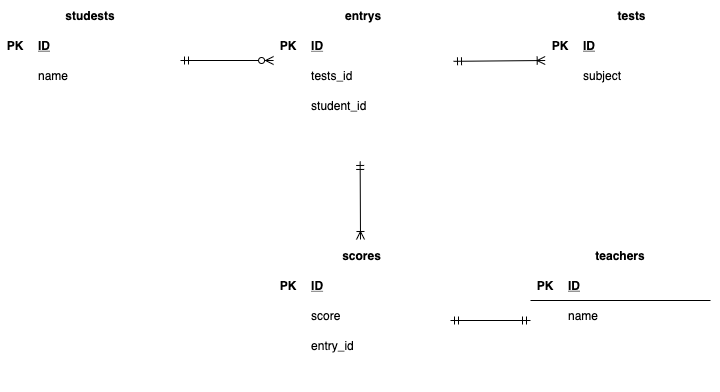
katorifuge/20210519teramoto keeps this draw.io diagram as index.drawio.png. Above is the earlier version. Source tidied: cells renumbered, new cells last; positions are measured from the earlier drawing's top-left corner, leaving out a move shared by most shapes.
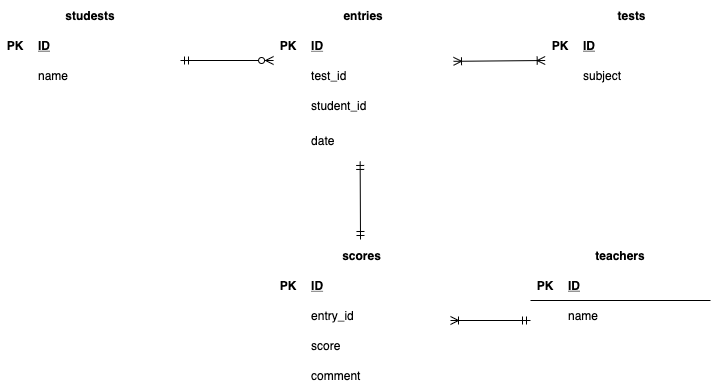
The same file after the commit.

Diff of the diagram source:
```diff
@@ -83,7 +83,7 @@
     <mxCell id="28" style="group;" parent="1" vertex="1">
       <mxGeometry x="273.1" width="180" height="140" as="geometry" />
     </mxCell>
-    <mxCell id="29" value="entrys" style="shape=table;startSize=30;rowLines=0;fontStyle=1;align=center;strokeColor=#FFFFFF;" parent="28" vertex="1">
+    <mxCell id="29" value="entries" style="shape=table;startSize=30;rowLines=0;fontStyle=1;align=center;strokeColor=#FFFFFF;" parent="28" vertex="1">
       <mxGeometry width="180" height="160" as="geometry" />
     </mxCell>
     <mxCell id="30" style="shape=partialRectangle;fillColor=none;top=0;left=0;bottom=1;right=0;strokeColor=#FFFFFF;" parent="29" vertex="1">
@@ -101,7 +101,7 @@
     <mxCell id="34" style="shape=partialRectangle;fillColor=none;top=0;left=0;bottom=0;right=0;overflow=hidden;strokeColor=#FFFFFF;" parent="33" vertex="1">
       <mxGeometry width="30" height="30" as="geometry" />
     </mxCell>
-    <mxCell id="35" value="tests_id" style="shape=partialRectangle;fillColor=none;top=0;left=0;bottom=0;right=0;align=left;spacingLeft=6;overflow=hidden;strokeColor=#FFFFFF;" parent="33" vertex="1">
+    <mxCell id="35" value="test_id" style="shape=partialRectangle;fillColor=none;top=0;left=0;bottom=0;right=0;align=left;spacingLeft=6;overflow=hidden;strokeColor=#FFFFFF;" parent="33" vertex="1">
       <mxGeometry x="30" width="150" height="30" as="geometry" />
     </mxCell>
     <mxCell id="36" style="shape=partialRectangle;fillColor=none;top=0;left=0;bottom=0;right=0;strokeColor=#FFFFFF;" parent="29" vertex="1">
@@ -119,7 +119,7 @@
     <mxCell id="40" style="shape=partialRectangle;fillColor=none;top=0;left=0;bottom=0;right=0;overflow=hidden;strokeColor=#FFFFFF;" parent="39" vertex="1">
       <mxGeometry width="30" height="40" as="geometry" />
     </mxCell>
-    <mxCell id="41" style="shape=partialRectangle;fillColor=none;top=0;left=0;bottom=0;right=0;align=left;spacingLeft=6;overflow=hidden;strokeColor=#FFFFFF;" parent="39" vertex="1">
+    <mxCell id="41" value="date" style="shape=partialRectangle;fillColor=none;top=0;left=0;bottom=0;right=0;align=left;spacingLeft=6;overflow=hidden;strokeColor=#FFFFFF;" parent="39" vertex="1">
       <mxGeometry x="30" width="150" height="40" as="geometry" />
     </mxCell>
     <mxCell id="42" style="fontSize=12;html=1;endArrow=ERzeroToMany;startArrow=ERmandOne;entryX=0;entryY=0;entryDx=0;entryDy=0;entryPerimeter=0;startFill=0;" parent="1" edge="1" target="33">
@@ -127,7 +127,7 @@
         <mxPoint x="180" y="60" as="sourcePoint" />
       </mxGeometry>
     </mxCell>
-    <mxCell id="43" style="fontSize=12;html=1;endArrow=ERmandOne;startArrow=ERoneToMany;endFill=0;startFill=0;entryX=0.481;entryY=1.024;entryDx=0;entryDy=0;entryPerimeter=0;" parent="1" edge="1" target="39">
+    <mxCell id="43" style="fontSize=12;html=1;endArrow=ERmandOne;startArrow=ERmandOne;endFill=0;startFill=0;entryX=0.481;entryY=1.024;entryDx=0;entryDy=0;entryPerimeter=0;" parent="1" edge="1" target="39">
       <mxGeometry relative="1" as="geometry">
         <mxPoint x="360" y="239" as="sourcePoint" />
       </mxGeometry>
@@ -189,7 +189,7 @@
     <mxCell id="62" style="shape=partialRectangle;fillColor=none;top=0;left=0;bottom=0;right=0;overflow=hidden;strokeColor=#FFFFFF;" parent="61" vertex="1">
       <mxGeometry width="30" height="30" as="geometry" />
     </mxCell>
-    <mxCell id="63" value="score" style="shape=partialRectangle;fillColor=none;top=0;left=0;bottom=0;right=0;align=left;spacingLeft=6;overflow=hidden;strokeColor=#FFFFFF;" parent="61" vertex="1">
+    <mxCell id="63" value="entry_id" style="shape=partialRectangle;fillColor=none;top=0;left=0;bottom=0;right=0;align=left;spacingLeft=6;overflow=hidden;strokeColor=#FFFFFF;" parent="61" vertex="1">
       <mxGeometry x="30" width="146.9" height="30" as="geometry" />
     </mxCell>
     <mxCell id="64" style="shape=partialRectangle;fillColor=none;top=0;left=0;bottom=0;right=0;strokeColor=#FFFFFF;" parent="57" vertex="1">
@@ -198,7 +198,7 @@
     <mxCell id="65" style="shape=partialRectangle;fillColor=none;top=0;left=0;bottom=0;right=0;overflow=hidden;strokeColor=#FFFFFF;" parent="64" vertex="1">
       <mxGeometry width="30" height="30" as="geometry" />
     </mxCell>
-    <mxCell id="66" value="entry_id" style="shape=partialRectangle;fillColor=none;top=0;left=0;bottom=0;right=0;align=left;spacingLeft=6;overflow=hidden;strokeColor=#FFFFFF;" parent="64" vertex="1">
+    <mxCell id="66" value="score" style="shape=partialRectangle;fillColor=none;top=0;left=0;bottom=0;right=0;align=left;spacingLeft=6;overflow=hidden;strokeColor=#FFFFFF;" parent="64" vertex="1">
       <mxGeometry x="30" width="146.9" height="30" as="geometry" />
     </mxCell>
     <mxCell id="67" style="shape=partialRectangle;fillColor=none;top=0;left=0;bottom=0;right=0;strokeColor=#FFFFFF;" parent="57" vertex="1">
@@ -207,16 +207,16 @@
     <mxCell id="68" style="shape=partialRectangle;fillColor=none;top=0;left=0;bottom=0;right=0;overflow=hidden;strokeColor=#FFFFFF;" parent="67" vertex="1">
       <mxGeometry width="30" height="30" as="geometry" />
     </mxCell>
-    <mxCell id="69" style="shape=partialRectangle;fillColor=none;top=0;left=0;bottom=0;right=0;align=left;spacingLeft=6;overflow=hidden;strokeColor=#FFFFFF;" parent="67" vertex="1">
+    <mxCell id="69" value="comment" style="shape=partialRectangle;fillColor=none;top=0;left=0;bottom=0;right=0;align=left;spacingLeft=6;overflow=hidden;strokeColor=#FFFFFF;" parent="67" vertex="1">
       <mxGeometry x="30" width="146.9" height="30" as="geometry" />
     </mxCell>
-    <mxCell id="70" style="fontSize=12;html=1;endArrow=ERmandOne;startArrow=ERmandOne;startFill=0;endFill=0;" parent="1" edge="1">
+    <mxCell id="70" style="fontSize=12;html=1;endArrow=ERmandOne;startArrow=ERoneToMany;startFill=0;endFill=0;" parent="1" edge="1">
       <mxGeometry relative="1" as="geometry">
         <mxPoint x="450" y="320" as="sourcePoint" />
         <mxPoint x="530" y="320" as="targetPoint" />
       </mxGeometry>
     </mxCell>
-    <mxCell id="71" style="fontSize=12;html=1;endArrow=ERoneToMany;startArrow=ERmandOne;exitX=0.985;exitY=-0.1;exitDx=0;exitDy=0;exitPerimeter=0;entryX=-0.017;entryY=0.206;entryDx=0;entryDy=0;entryPerimeter=0;endFill=0;startFill=0;" parent="1" edge="1">
+    <mxCell id="71" style="fontSize=12;html=1;endArrow=ERoneToMany;startArrow=ERoneToMany;exitX=0.985;exitY=-0.1;exitDx=0;exitDy=0;exitPerimeter=0;entryX=-0.017;entryY=0.206;entryDx=0;entryDy=0;entryPerimeter=0;endFill=0;startFill=0;" parent="1" edge="1">
       <mxGeometry relative="1" as="geometry">
         <mxPoint x="453" y="60.8" as="sourcePoint" />
         <mxPoint x="544.7" y="60" as="targetPoint" />
```
